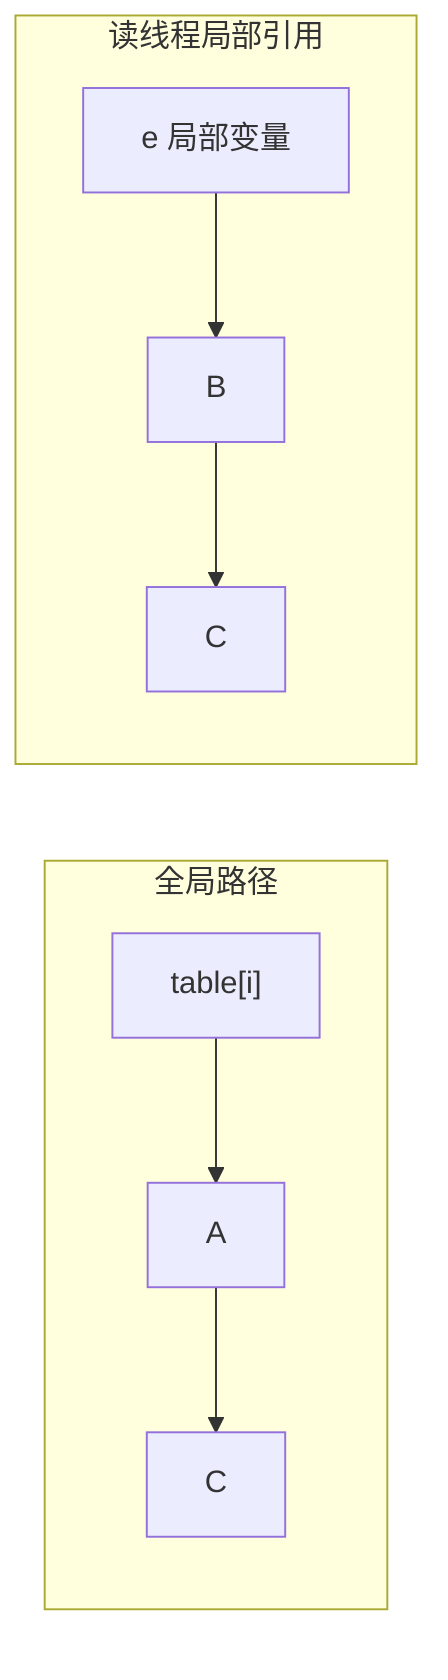
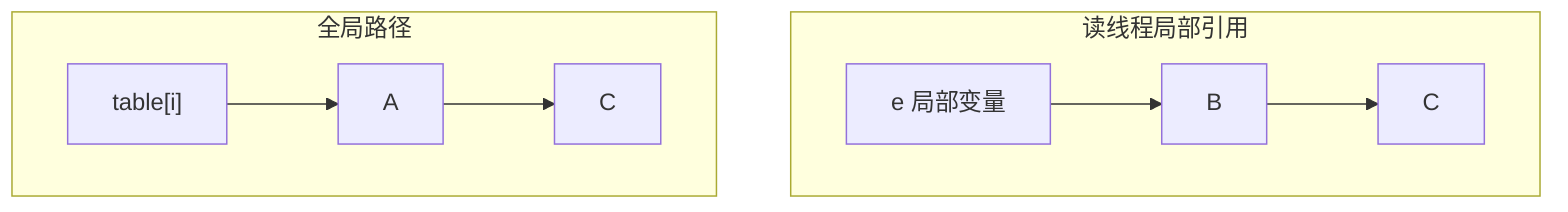
graph LR
    subgraph 全局["全局路径"]
+         direction LR
        t["table[i]"] --> A_g["A"] --> C_g["C"]
    end
    subgraph 局部["读线程局部引用"]
+         direction LR
        e["e 局部变量"] --> B_g["B"] --> C_g2["C"]
-     end+     end
+     C_g ~~~ B_g
